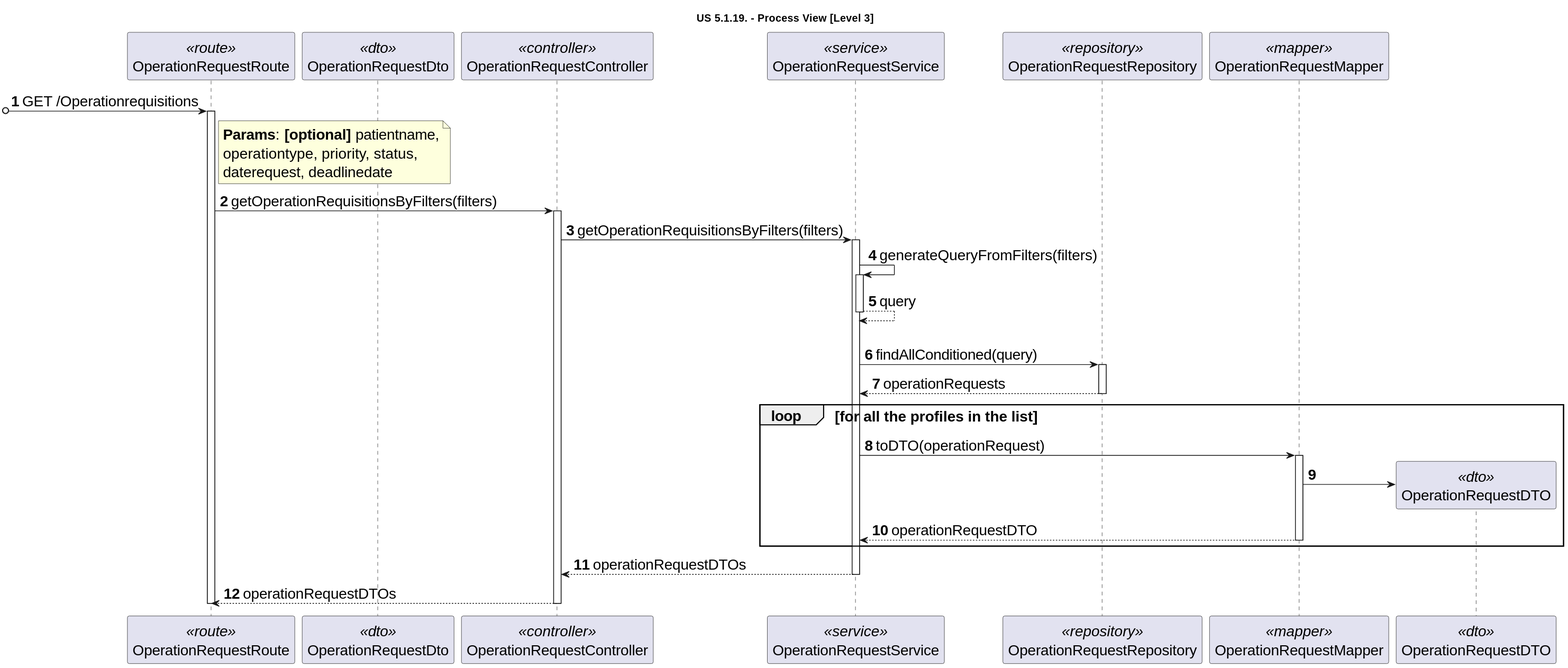
Earlier version of the PlantUML export docs/sprint-1/1220841/us-5.1.19/diagrams/level-3-process-view.svg (rita-barbosa/LAPR5-2425). The source it was exported from:
```plantuml
@startuml
skinparamlocked defaultFontSize 20

title "US 5.1.19. - Process View [Level 3]"

autonumber
participant "OperationRequestRoute" as ROUTE <<route>>
participant "OperationRequestDto" as pat_dto <<dto>>
participant "OperationRequestController" as CTRL <<controller>>
participant "OperationRequestService" as SVC <<service>>
participant "OperationRequestRepository" as REPO <<repository>>
participant "OperationRequestMapper" as MAP <<mapper>>
participant "OperationRequestDTO" as DTO <<dto>>


[o-> ROUTE: GET /Operationrequisitions
activate ROUTE
note right of ROUTE:**Params**: **[optional]** patientname,\noperationtype, priority, status,\ndaterequest, deadlinedate

ROUTE -> CTRL: getOperationRequisitionsByFilters(filters)
activate CTRL

CTRL -> SVC: getOperationRequisitionsByFilters(filters)
activate SVC


SVC -> SVC : generateQueryFromFilters(filters)
activate SVC
SVC --> SVC : query
deactivate SVC
|||

SVC -> REPO : findAllConditioned(query)
activate REPO
REPO --> SVC : operationRequests
deactivate REPO

    loop for all the profiles in the list
        SVC -> MAP : toDTO(operationRequest)
        activate MAP

        MAP -> DTO **

        MAP --> SVC : operationRequestDTO
        deactivate MAP
    end loop



SVC --> CTRL: operationRequestDTOs
deactivate SVC
CTRL --> ROUTE: operationRequestDTOs
deactivate CTRL
   deactivate ROUTE
    @enduml
```
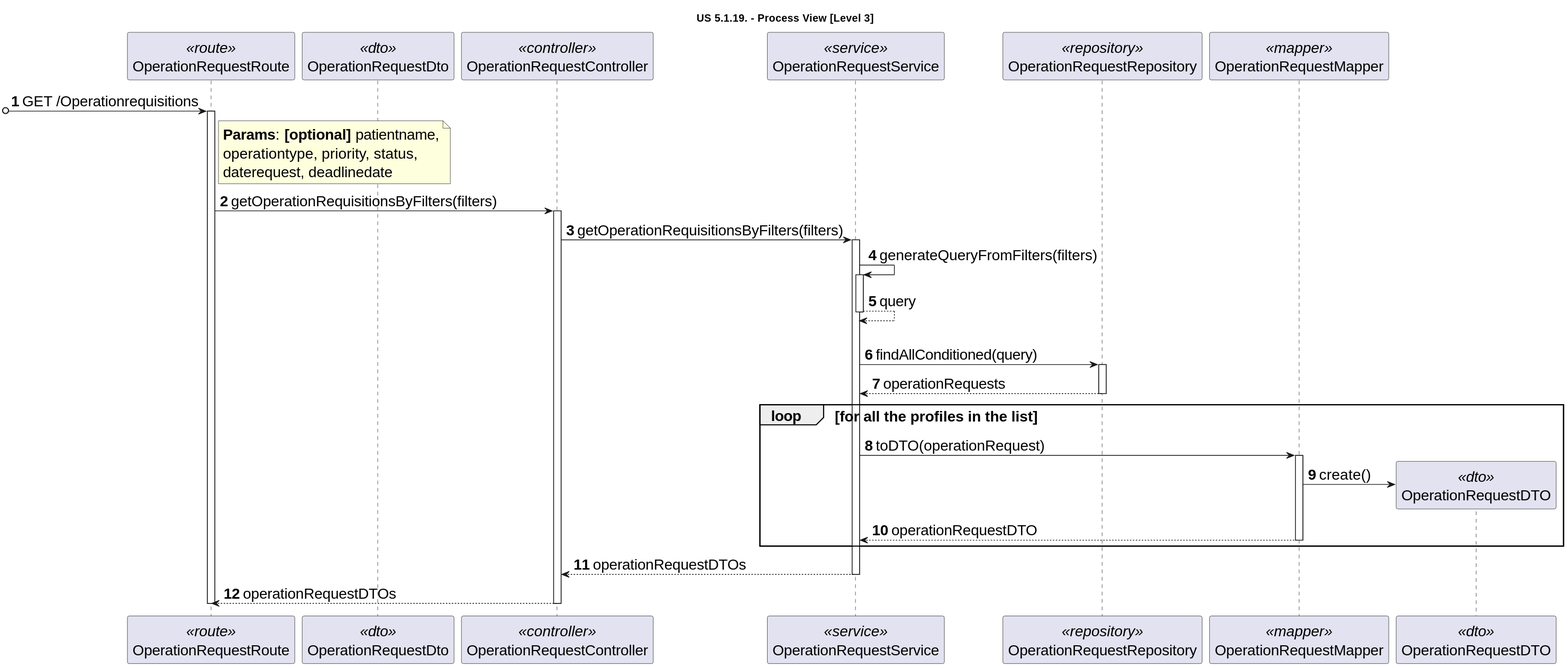
The same diagram one commit later.

Commit message:
DG38-80 | docs: updates level 3 process view diagram.

What changed in the source:
```diff
@@ -39,7 +39,7 @@
         SVC -> MAP : toDTO(operationRequest)
         activate MAP
 
-        MAP -> DTO **
+        MAP -> DTO ** : create()
 
         MAP --> SVC : operationRequestDTO
         deactivate MAP
```
